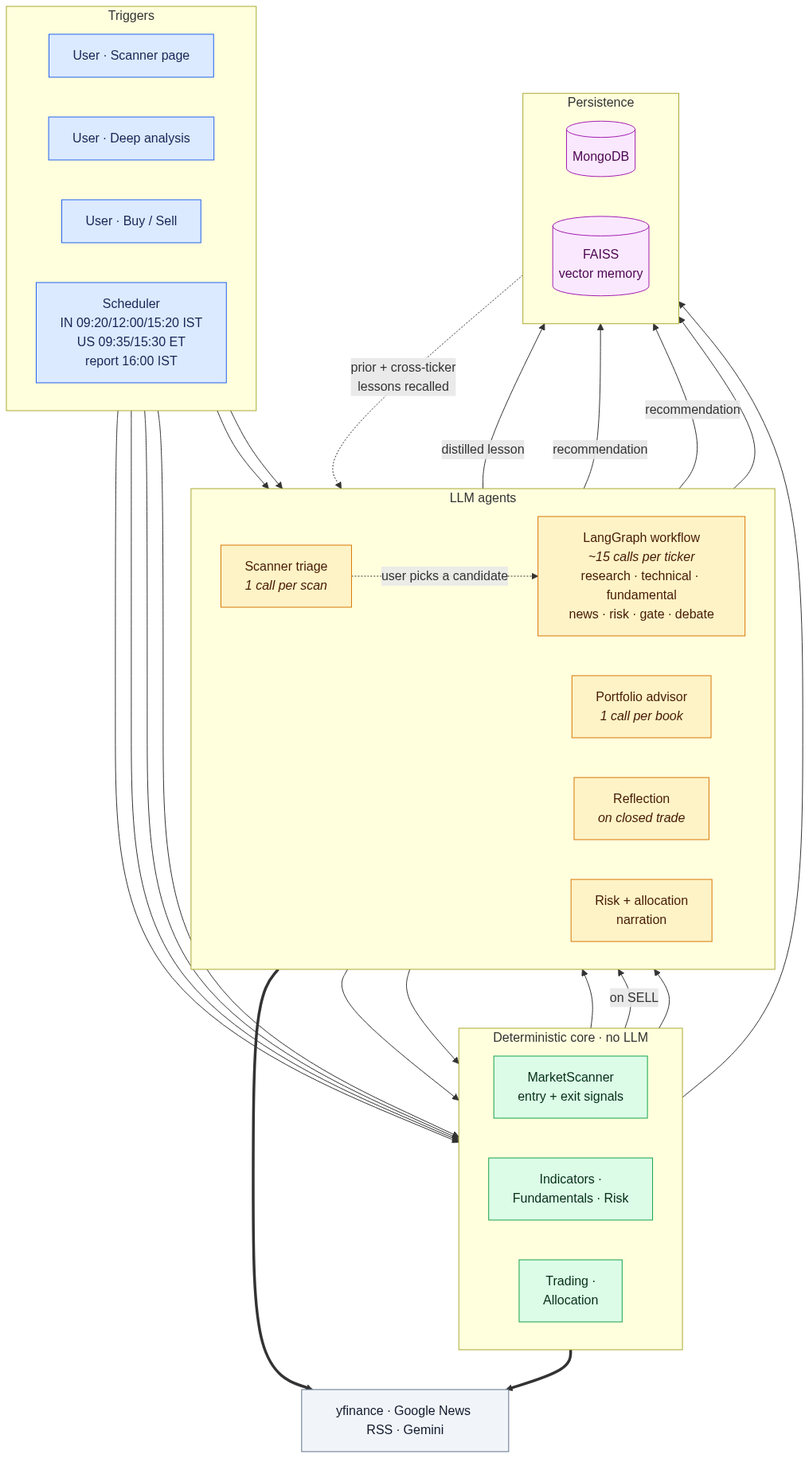
Above: docs/system.png in sumit-0804/AlphaForge-AI (Mermaid), before the change. Its source is kept beside it as docs/system.mmd.
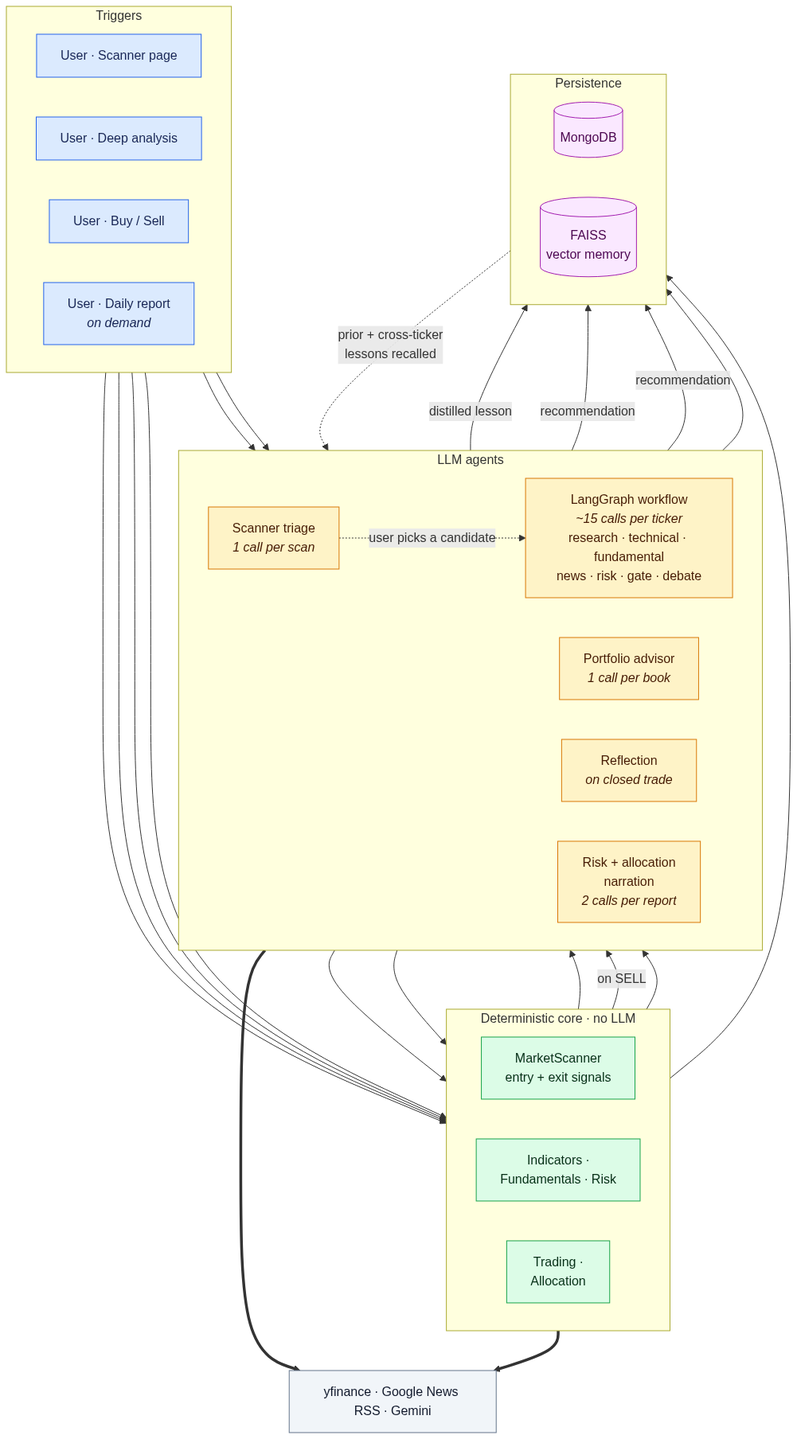
Later version of the same file.

Commit message:
update readme and system diagram

What changed in the source:
```diff
@@ -10,7 +10,7 @@
         T1["User · Scanner page"]
         T2["User · Deep analysis"]
         T3["User · Buy / Sell"]
-        T4["Scheduler<br/>IN 09:20/12:00/15:20 IST<br/>US 09:35/15:30 ET<br/>report 16:00 IST"]
+        T4["User · Daily report<br/><i>on demand</i>"]
     end
 
     subgraph LLM["LLM agents"]
@@ -18,7 +18,7 @@
         A1["Scanner triage<br/><i>1 call per scan</i>"]
         A2["Portfolio advisor<br/><i>1 call per book</i>"]
         A3["Reflection<br/><i>on closed trade</i>"]
-        A4["Risk + allocation<br/>narration"]
+        A4["Risk + allocation<br/>narration<br/><i>2 calls per report</i>"]
         WF["LangGraph workflow<br/><i>~15 calls per ticker</i><br/>research · technical · fundamental<br/>news · risk · gate · debate"]
     end
 
```
